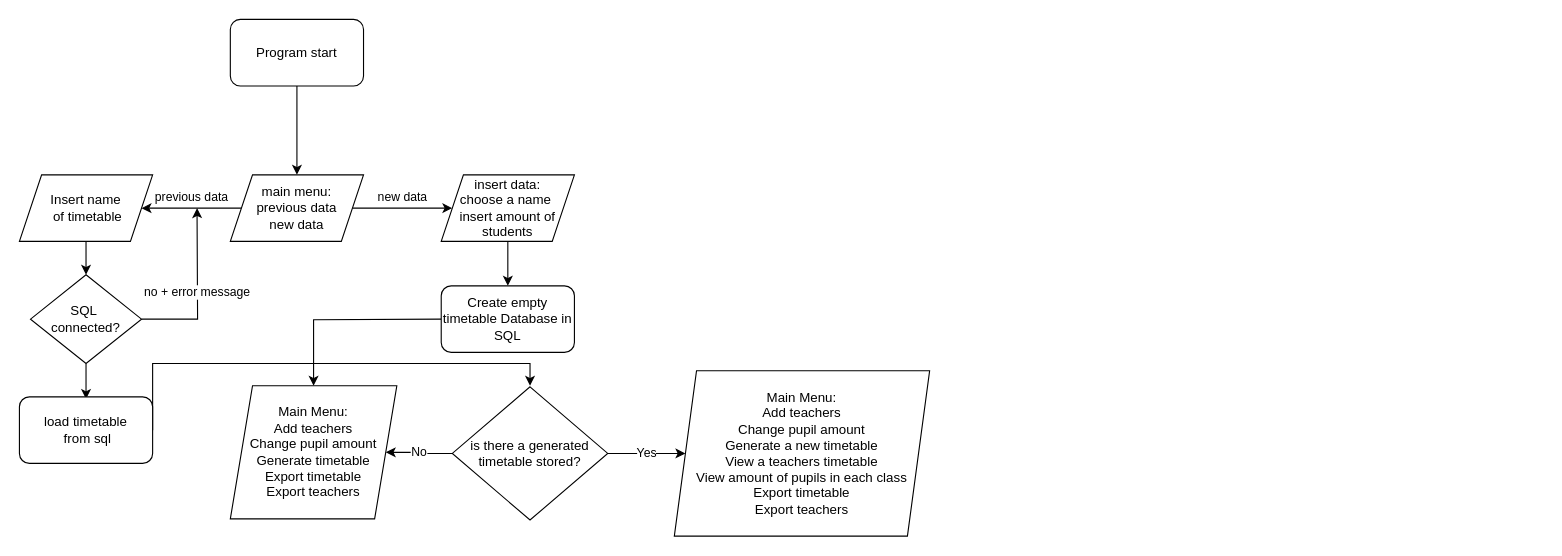
The draw.io diagram NEA.drawio in Fsmart2164/NEA-v1, before the edit. Source tidied: cells renumbered, new cells numbered last; positions are measured from the earlier drawing's top-left corner, leaving out a move shared by most shapes. Both pictures are drawn from the tidied source at 111%, with x=0, y=0 at pixel (19, 19).
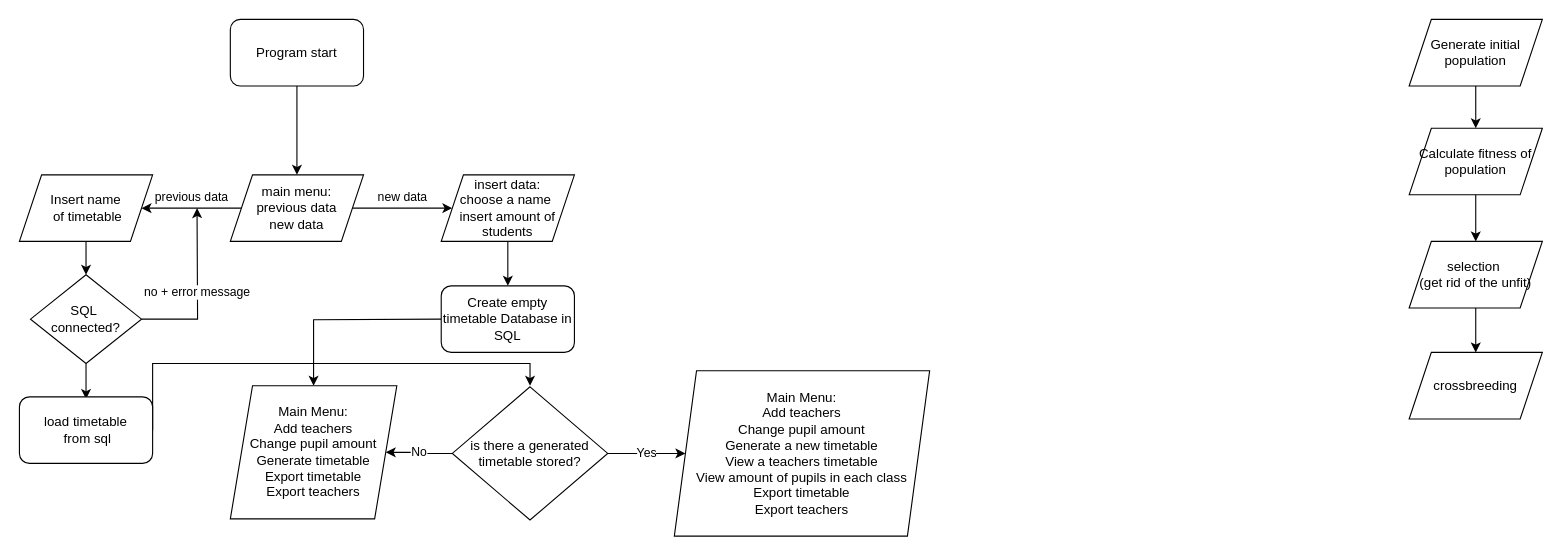
After the change.

The edit, as a diff of the source:
```diff
@@
+    <mxCell id="23" style="edgeStyle=orthogonalEdgeStyle;rounded=0;jettySize=auto;html=1;" parent="1" edge="1" source="24" target="26">
+      <mxGeometry relative="1" as="geometry" />
+    </mxCell>
+    <mxCell id="24" value="Generate initial population" style="shape=parallelogram;perimeter=parallelogramPerimeter;whiteSpace=wrap;html=1;fixedSize=1;" parent="1" vertex="1">
+      <mxGeometry x="1252" width="120" height="60" as="geometry" />
+    </mxCell>
+    <mxCell id="25" style="edgeStyle=orthogonalEdgeStyle;rounded=0;jettySize=auto;html=1;" parent="1" edge="1" source="26" target="28">
+      <mxGeometry relative="1" as="geometry" />
+    </mxCell>
+    <mxCell id="26" value="Calculate fitness of population" style="shape=parallelogram;perimeter=parallelogramPerimeter;whiteSpace=wrap;html=1;fixedSize=1;" parent="1" vertex="1">
+      <mxGeometry x="1252" y="98" width="120" height="60" as="geometry" />
+    </mxCell>
+    <mxCell id="27" style="edgeStyle=orthogonalEdgeStyle;rounded=0;jettySize=auto;html=1;" parent="1" edge="1" source="28" target="29">
+      <mxGeometry relative="1" as="geometry" />
+    </mxCell>
+    <mxCell id="28" value="selection&amp;nbsp;&lt;div&gt;(get rid of the unfit)&lt;/div&gt;" style="shape=parallelogram;perimeter=parallelogramPerimeter;whiteSpace=wrap;html=1;fixedSize=1;" parent="1" vertex="1">
+      <mxGeometry x="1252" y="200" width="120" height="60" as="geometry" />
+    </mxCell>
+    <mxCell id="29" value="crossbreeding" style="shape=parallelogram;perimeter=parallelogramPerimeter;whiteSpace=wrap;html=1;fixedSize=1;" parent="1" vertex="1">
+      <mxGeometry x="1252" y="300" width="120" height="60" as="geometry" />
+    </mxCell>
```
